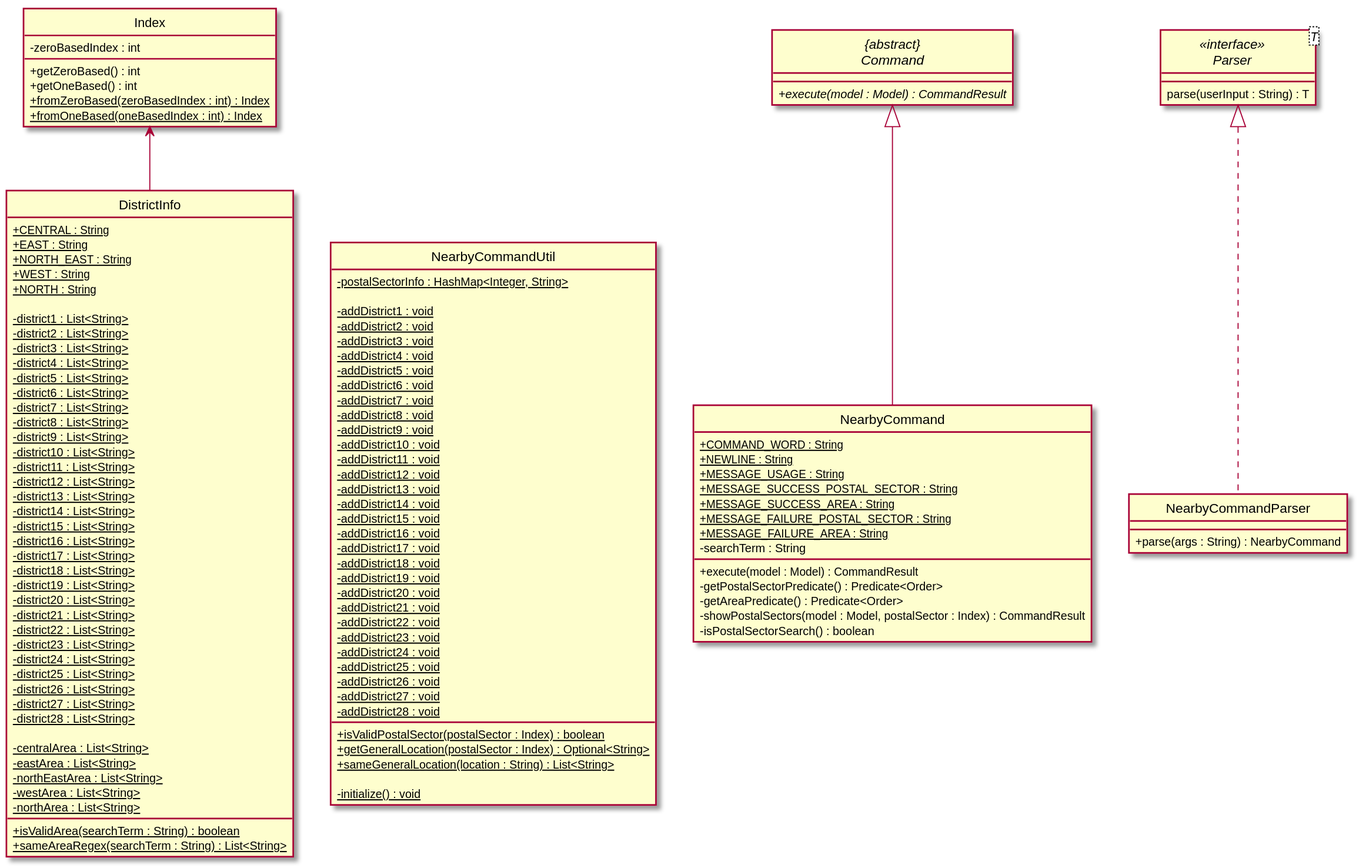
Earlier version of the PlantUML export docs/images/NearbyClassDiagram.svg (nus-cs2103-AY1920S2/addressbook-level3).
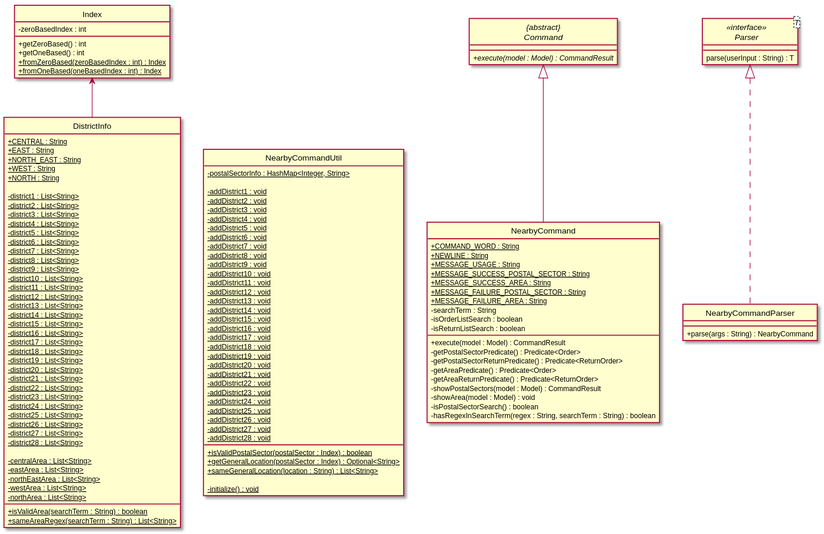
The same file after the commit.

Diff of the diagram source:
```diff
@@ -103,12 +103,18 @@
     + {static} MESSAGE_FAILURE_POSTAL_SECTOR : String
     + {static} MESSAGE_FAILURE_AREA : String
     - searchTerm : String
+    - isOrderListSearch : boolean
+    - isReturnListSearch : boolean
 
     + execute(model : Model) : CommandResult
     - getPostalSectorPredicate() : Predicate<Order>
+    - getPostalSectorReturnPredicate() : Predicate<ReturnOrder>
     - getAreaPredicate() : Predicate<Order>
-    - showPostalSectors(model : Model, postalSector : Index) : CommandResult
+    - getAreaReturnPredicate() : Predicate<ReturnOrder>
+    - showPostalSectors(model : Model) : CommandResult
+    - showArea(model : Model) : void
     - isPostalSectorSearch() : boolean
+    - hasRegexInSearchTerm(regex : String, searchTerm : String) : boolean
 }
 
 abstract class "{abstract}\nCommand" {
```
